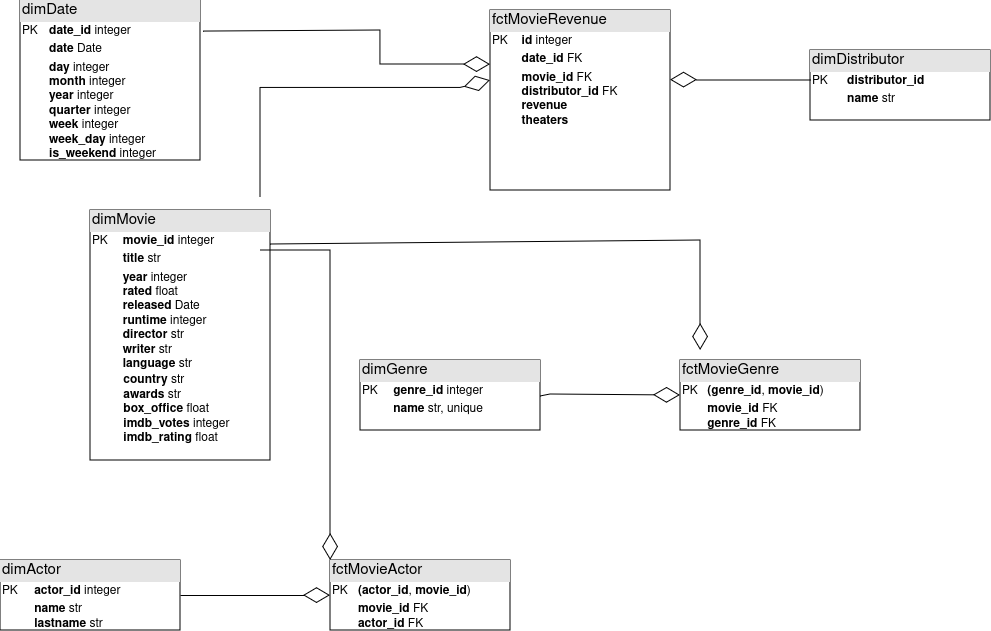
pawel26/movies_analysis keeps this draw.io diagram as movies_warehouse_ER.png. Above is the earlier version. Source tidied: cells renumbered, new cells last; positions are measured from the earlier drawing's top-left corner, leaving out a move shared by most shapes.
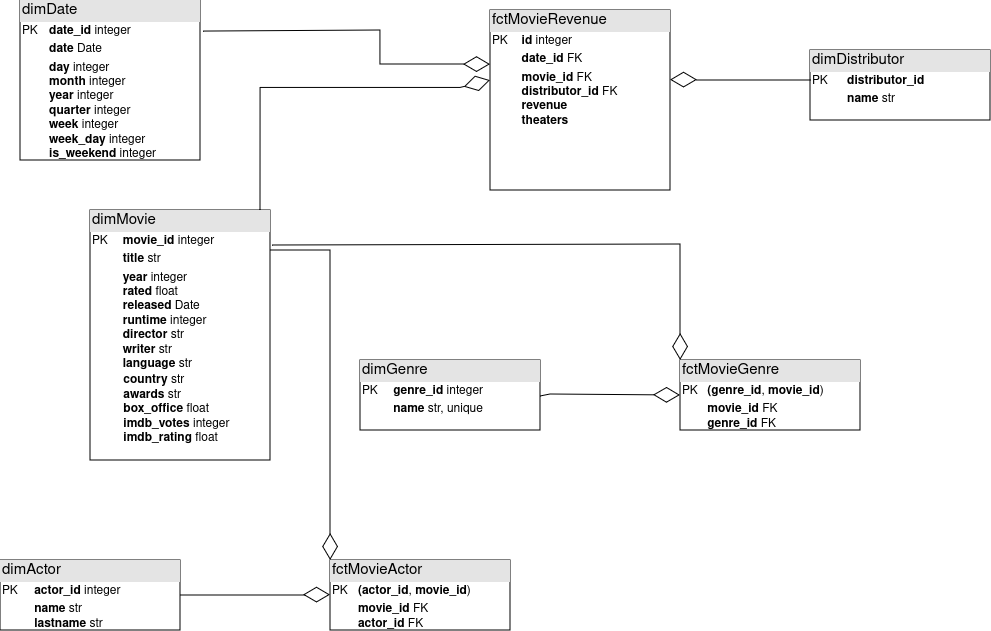
After the change.

Diff of the diagram source:
```diff
@@ -23,9 +23,8 @@
     <mxCell id="8" value="&lt;div style=&quot;box-sizing:border-box;width:100%;background:#e4e4e4;padding:2px;&quot;&gt;&lt;font style=&quot;font-size: 15px;&quot;&gt;fctMovieRevenue&lt;/font&gt;&lt;/div&gt;&lt;table style=&quot;width:100%;font-size:1em;&quot; cellpadding=&quot;2&quot; cellspacing=&quot;0&quot;&gt;&lt;tbody&gt;&lt;tr&gt;&lt;td&gt;PK&lt;/td&gt;&lt;td&gt;&lt;b&gt;id&lt;/b&gt; integer&lt;br&gt;&lt;/td&gt;&lt;/tr&gt;&lt;tr&gt;&lt;td&gt;&lt;br&gt;&lt;/td&gt;&lt;td&gt;&lt;b&gt;date_id&lt;/b&gt; FK&lt;br&gt;&lt;/td&gt;&lt;/tr&gt;&lt;tr&gt;&lt;td&gt;&lt;br&gt;&lt;/td&gt;&lt;td&gt;&lt;b&gt;movie_id&lt;/b&gt; FK&lt;br&gt;&lt;b&gt;distributor_id&lt;/b&gt; FK&lt;br&gt;&lt;b&gt;revenue&lt;/b&gt;&lt;br&gt;&lt;b&gt;theaters&lt;/b&gt;&lt;b&gt;&lt;br&gt;&lt;/b&gt;&lt;/td&gt;&lt;/tr&gt;&lt;/tbody&gt;&lt;/table&gt;" style="verticalAlign=top;align=left;overflow=fill;html=1;whiteSpace=wrap;" parent="1" vertex="1">
       <mxGeometry x="490" y="10" width="180" height="180" as="geometry" />
     </mxCell>
-    <mxCell id="9" style="endArrow=diamondThin;endFill=0;endSize=24;html=1;rounded=0;" parent="1" edge="1">
+    <mxCell id="9" style="endArrow=diamondThin;endFill=0;endSize=24;html=1;rounded=0;exitX=0.944;exitY=0;exitDx=0;exitDy=0;exitPerimeter=0;" parent="1" edge="1" source="3">
       <mxGeometry relative="1" as="geometry">
-        <mxPoint x="260" y="197.5" as="sourcePoint" />
         <mxPoint x="490" y="80" as="targetPoint" />
         <Array as="points">
           <mxPoint x="260" y="87.5" />
@@ -49,24 +48,26 @@
         </Array>
       </mxGeometry>
     </mxCell>
-    <mxCell id="12" style="endArrow=diamondThin;endFill=0;endSize=24;html=1;rounded=0;exitX=1;exitY=0.136;exitDx=0;exitDy=0;exitPerimeter=0;" parent="1" edge="1" source="3">
+    <mxCell id="12" style="endArrow=diamondThin;endFill=0;endSize=24;html=1;rounded=0;entryX=0;entryY=0;entryDx=0;entryDy=0;exitX=1.011;exitY=0.14;exitDx=0;exitDy=0;exitPerimeter=0;" parent="1" edge="1" source="3" target="6">
       <mxGeometry relative="1" as="geometry">
-        <mxPoint x="700" y="350" as="targetPoint" />
         <Array as="points">
-          <mxPoint x="700" y="240" />
+          <mxPoint x="680" y="244" />
         </Array>
       </mxGeometry>
     </mxCell>
     <mxCell id="13" style="endArrow=diamondThin;endFill=0;endSize=24;html=1;rounded=0;entryX=0;entryY=0;entryDx=0;entryDy=0;" parent="1" edge="1" target="7">
       <mxGeometry relative="1" as="geometry">
-        <mxPoint x="260" y="250" as="sourcePoint" />
+        <mxPoint x="270" y="250" as="sourcePoint" />
         <Array as="points">
           <mxPoint x="330" y="250" />
         </Array>
       </mxGeometry>
     </mxCell>
-    <mxCell id="14" style="endArrow=diamondThin;endFill=0;endSize=24;html=1;rounded=0;entryX=0;entryY=0.5;entryDx=0;entryDy=0;exitX=1;exitY=0.5;exitDx=0;exitDy=0;" parent="1" edge="1" source="5" target="7">
-      <mxGeometry relative="1" as="geometry" />
+    <mxCell id="14" style="endArrow=diamondThin;endFill=0;endSize=24;html=1;rounded=0;entryX=0;entryY=0.5;entryDx=0;entryDy=0;exitX=1;exitY=0.5;exitDx=0;exitDy=0;" parent="1" edge="1">
+      <mxGeometry relative="1" as="geometry">
+        <mxPoint x="180" y="594.5" as="sourcePoint" />
+        <mxPoint x="330" y="594.5" as="targetPoint" />
+      </mxGeometry>
     </mxCell>
     <mxCell id="15" value="&lt;div style=&quot;box-sizing: border-box; width: 100%; background: rgb(228, 228, 228); padding: 2px; font-size: 15px;&quot;&gt;dimDistributor&lt;br&gt;&lt;/div&gt;&lt;table style=&quot;width:100%;font-size:1em;&quot; cellpadding=&quot;2&quot; cellspacing=&quot;0&quot;&gt;&lt;tbody&gt;&lt;tr&gt;&lt;td&gt;PK&lt;/td&gt;&lt;td&gt;&lt;b&gt;distributor_id&lt;/b&gt;&lt;br&gt;&lt;/td&gt;&lt;/tr&gt;&lt;tr&gt;&lt;td&gt;&lt;br&gt;&lt;/td&gt;&lt;td&gt;&lt;b&gt;name&lt;/b&gt; str&lt;br&gt;&lt;/td&gt;&lt;/tr&gt;&lt;tr&gt;&lt;td&gt;&lt;br&gt;&lt;/td&gt;&lt;td&gt;&lt;br&gt;&lt;/td&gt;&lt;/tr&gt;&lt;/tbody&gt;&lt;/table&gt;&lt;div&gt;&lt;br&gt;&lt;/div&gt;" style="verticalAlign=top;align=left;overflow=fill;html=1;whiteSpace=wrap;" parent="1" vertex="1">
       <mxGeometry x="810" y="50" width="180" height="70" as="geometry" />
```
